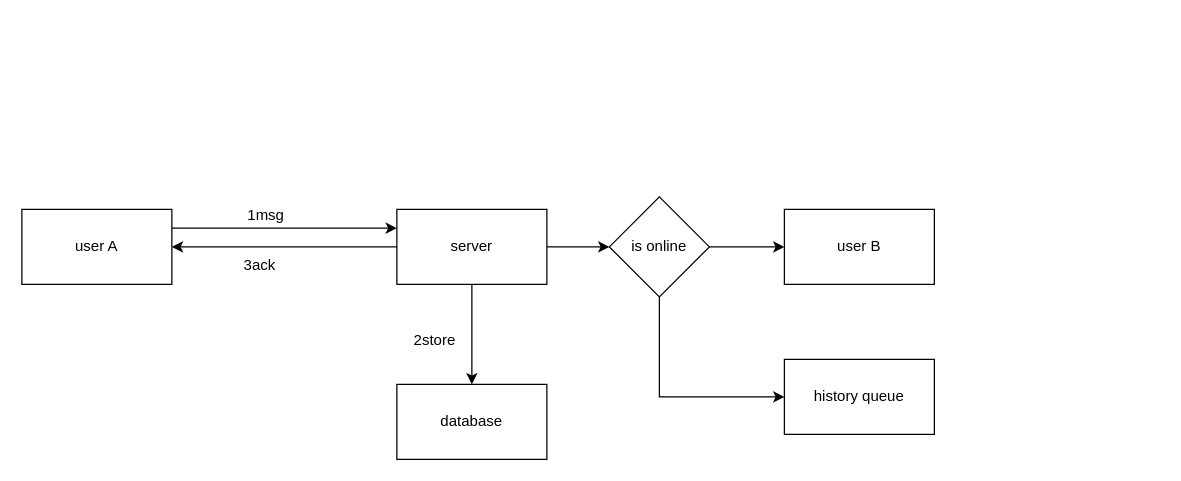
The draw.io diagram page "第 2 页" (2 of 2) of doc/imgs/im.drawio in adnpa/IM, before the edit. Source tidied: cells renumbered, new cells numbered last; positions are measured from the earlier drawing's top-left corner, leaving out a move shared by most shapes. Both pictures are drawn from the tidied source at 125%, with x=0, y=0 at pixel (21, 196).
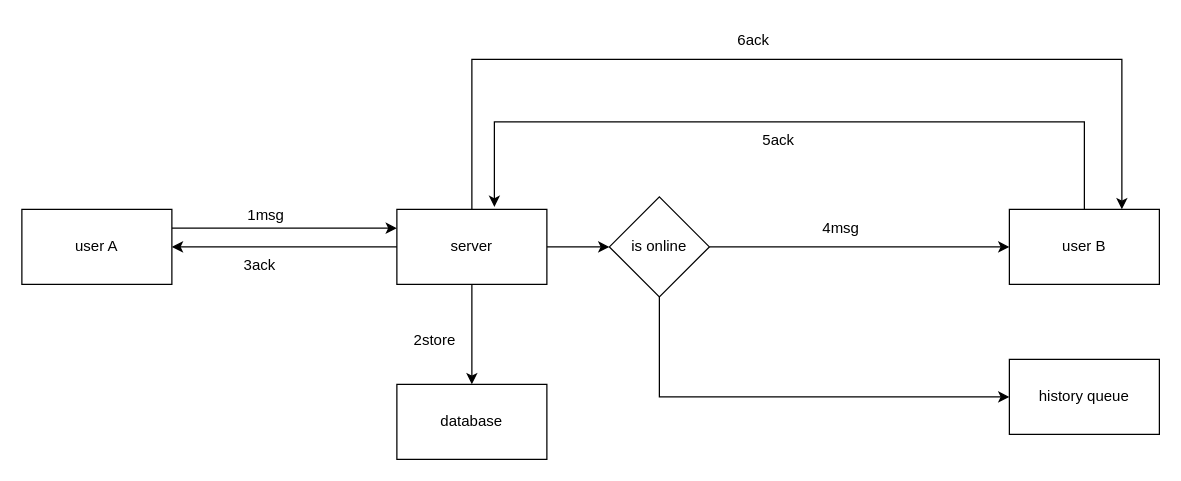
The same page after the edit.

The change refers to these unchanged cells:
```xml
<mxCell id="7" value="server" style="whiteSpace=wrap;html=1;" parent="1" vertex="1">
  <mxGeometry x="300" y="10" width="120" height="60" as="geometry" />
</mxCell>
```

The edit, as a diff of the source:
```diff
@@
     <mxCell id="4" value="user B" style="whiteSpace=wrap;html=1;" parent="1" vertex="1">
-      <mxGeometry x="610" y="10" width="120" height="60" as="geometry" />
+      <mxGeometry x="790" y="10" width="120" height="60" as="geometry" />
     </mxCell>
@@
+    <mxCell id="17" style="edgeStyle=orthogonalEdgeStyle;rounded=0;jettySize=auto;html=1;entryX=0.75;entryY=0;entryDx=0;entryDy=0;" parent="1" edge="1" target="4">
+      <mxGeometry relative="1" as="geometry">
+        <mxPoint x="360" y="10" as="sourcePoint" />
+        <Array as="points">
+          <mxPoint x="360" y="-110" />
+          <mxPoint x="880" y="-110" />
+        </Array>
+      </mxGeometry>
+    </mxCell>
@@
     <mxCell id="13" value="history queue" style="whiteSpace=wrap;html=1;" parent="1" vertex="1">
-      <mxGeometry x="610" y="130" width="120" height="60" as="geometry" />
+      <mxGeometry x="790" y="130" width="120" height="60" as="geometry" />
     </mxCell>
@@
+    <mxCell id="18" value="4msg" style="text;html=1;align=center;verticalAlign=middle;strokeColor=none;fillColor=none;" parent="1" vertex="1">
+      <mxGeometry x="630" y="10" width="50" height="30" as="geometry" />
+    </mxCell>
+    <mxCell id="19" value="5ack" style="text;html=1;align=center;verticalAlign=middle;strokeColor=none;fillColor=none;" parent="1" vertex="1">
+      <mxGeometry x="580" y="-60" width="50" height="30" as="geometry" />
+    </mxCell>
+    <mxCell id="20" value="6ack" style="text;html=1;align=center;verticalAlign=middle;strokeColor=none;fillColor=none;" parent="1" vertex="1">
+      <mxGeometry x="560" y="-140" width="50" height="30" as="geometry" />
+    </mxCell>
+    <mxCell id="21" style="edgeStyle=orthogonalEdgeStyle;rounded=0;jettySize=auto;html=1;entryX=0.65;entryY=-0.033;entryDx=0;entryDy=0;entryPerimeter=0;" parent="1" edge="1" source="4" target="7">
+      <mxGeometry relative="1" as="geometry">
+        <Array as="points">
+          <mxPoint x="850" y="-60" />
+          <mxPoint x="378" y="-60" />
+        </Array>
+      </mxGeometry>
+    </mxCell>
```
